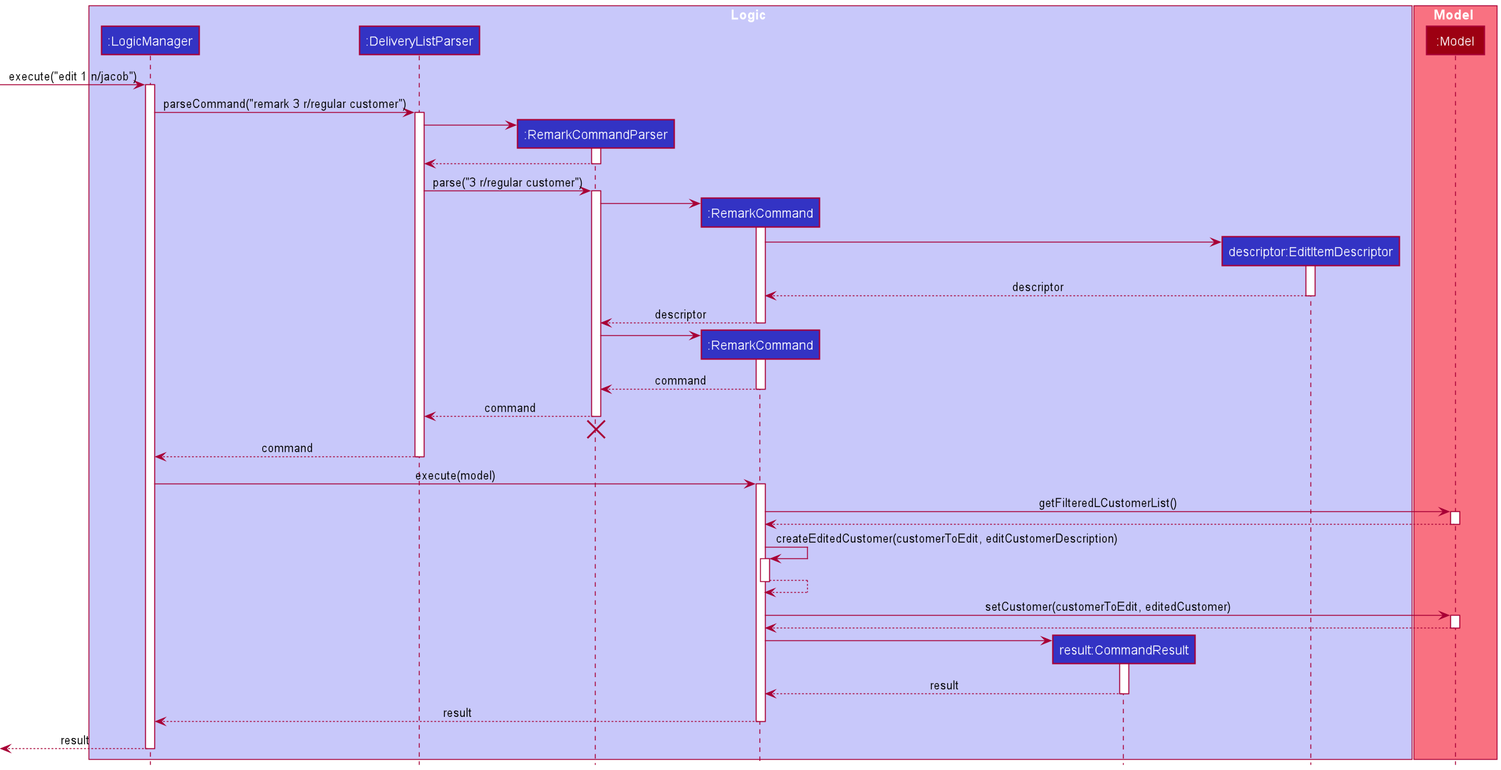
Before: docs/images/RemarkCommandSequenceDiagram.png, a diagram exported from PlantUML (nus-cs2103-AY2021S2/tp).
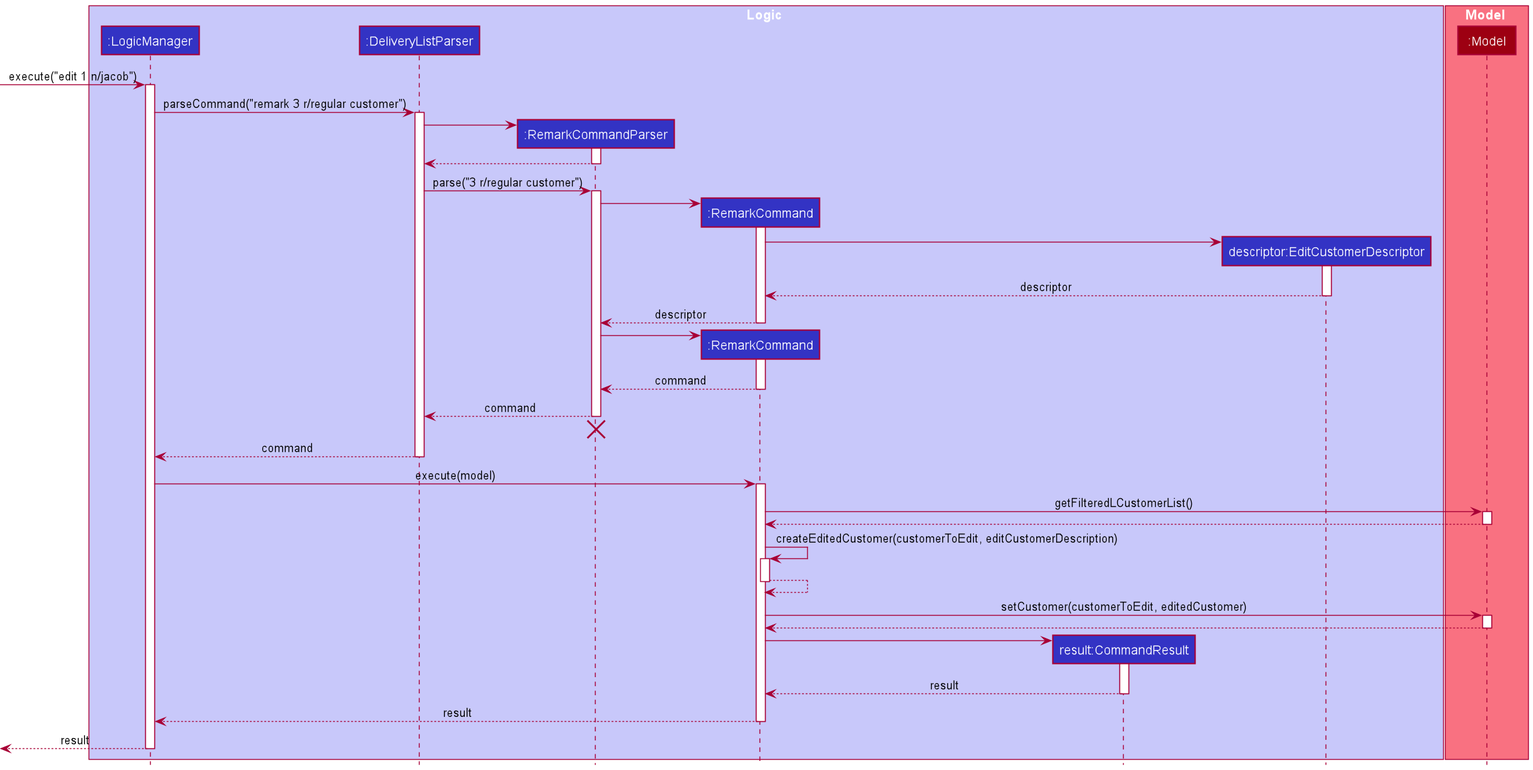
Above is the later version.

What changed in the source:
```diff
@@ -7,7 +7,7 @@
 participant ":RemarkCommandParser" as RemarkCommandParser LOGIC_COLOR
 participant ":RemarkCommand" as RemarkCommand LOGIC_COLOR
 participant "result:CommandResult" as CommandResult LOGIC_COLOR
-participant "descriptor:EditItemDescriptor" as EditItemDescriptor LOGIC_COLOR
+participant "descriptor:EditCustomerDescriptor" as EditCustomerDescriptor LOGIC_COLOR
 end box
 
 box Model MODEL_COLOR_T1
@@ -34,12 +34,12 @@
 RemarkCommandParser -> RemarkCommand
 activate RemarkCommand
 
-create EditItemDescriptor
-RemarkCommand -> EditItemDescriptor
-activate EditItemDescriptor
+create EditCustomerDescriptor
+RemarkCommand -> EditCustomerDescriptor
+activate EditCustomerDescriptor
 
-EditItemDescriptor --> RemarkCommand : descriptor
-deactivate EditItemDescriptor
+EditCustomerDescriptor --> RemarkCommand : descriptor
+deactivate EditCustomerDescriptor
 
 RemarkCommand --> RemarkCommandParser : descriptor
 deactivate RemarkCommand
```
